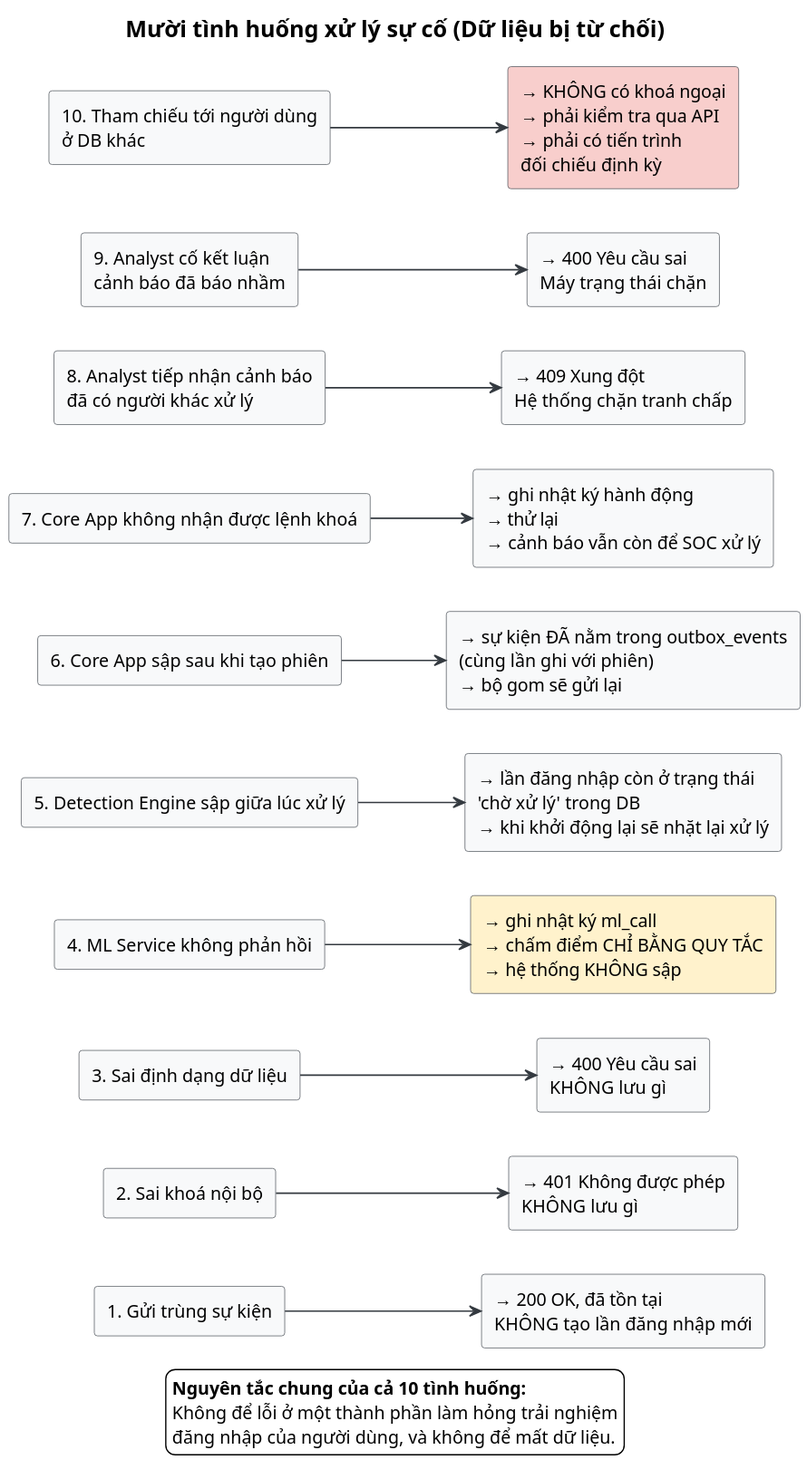
Before: docs/diagrams/v3.3-detect/10-tinh-huong-xu-ly-loi.svg, a diagram exported from PlantUML (Albert-Tuan/sentinel-auth). Source of this version:
```plantuml
@startuml
skinparam backgroundColor #FFFFFF
skinparam shadowing false
skinparam defaultFontName Sans
skinparam rectangle {
  BackgroundColor #F8F9FA
  BorderColor #495057
}
skinparam ArrowColor #343A40
skinparam ArrowThickness 1.2
skinparam titleFontSize 18

title Mười tình huống xử lý sự cố (Dữ liệu bị từ chối)

left to right direction

rectangle "1. Gửi trùng sự kiện" as S1
rectangle "→ 200 OK, đã tồn tại\nKHÔNG tạo lần đăng nhập mới" as R1
S1 --> R1

rectangle "2. Sai khoá nội bộ" as S2
rectangle "→ 401 Không được phép\nKHÔNG lưu gì" as R2
S2 --> R2

rectangle "3. Sai định dạng dữ liệu" as S3
rectangle "→ 400 Yêu cầu sai\nKHÔNG lưu gì" as R3
S3 --> R3

rectangle "4. ML Service không phản hồi" as S4
rectangle "→ ghi nhật ký ml_call\n→ chấm điểm CHỈ BẰNG QUY TẮC\n→ hệ thống KHÔNG sập" as R4 #FFF2CC
S4 --> R4

rectangle "5. Detection Engine sập giữa lúc xử lý" as S5
rectangle "→ lần đăng nhập còn ở trạng thái\n'chờ xử lý' trong DB\n→ khi khởi động lại sẽ nhặt lại xử lý" as R5
S5 --> R5

rectangle "6. Core App sập sau khi tạo phiên" as S6
rectangle "→ sự kiện ĐÃ nằm trong outbox_events\n(cùng lần ghi với phiên)\n→ bộ gom sẽ gửi lại" as R6
S6 --> R6

rectangle "7. Core App không nhận được lệnh khoá" as S7
rectangle "→ ghi nhật ký hành động\n→ thử lại\n→ cảnh báo vẫn còn để SOC xử lý" as R7
S7 --> R7

rectangle "8. Analyst tiếp nhận cảnh báo\nđã có người khác xử lý" as S8
rectangle "→ 409 Xung đột\nHệ thống chặn tranh chấp" as R8
S8 --> R8

rectangle "9. Analyst cố kết luận\ncảnh báo đã báo nhầm" as S9
rectangle "→ 400 Yêu cầu sai\nMáy trạng thái chặn" as R9
S9 --> R9

rectangle "10. Tham chiếu tới người dùng\nở DB khác" as S10
rectangle "→ KHÔNG có khoá ngoại\n→ phải kiểm tra qua API\n→ phải có tiến trình\nđối chiếu định kỳ" as R10 #F8CECC
S10 --> R10

legend bottom
**Nguyên tắc chung của cả 10 tình huống:**
Không để lỗi ở một thành phần làm hỏng trải nghiệm
đăng nhập của người dùng, và không để mất dữ liệu.
endlegend
@enduml
```
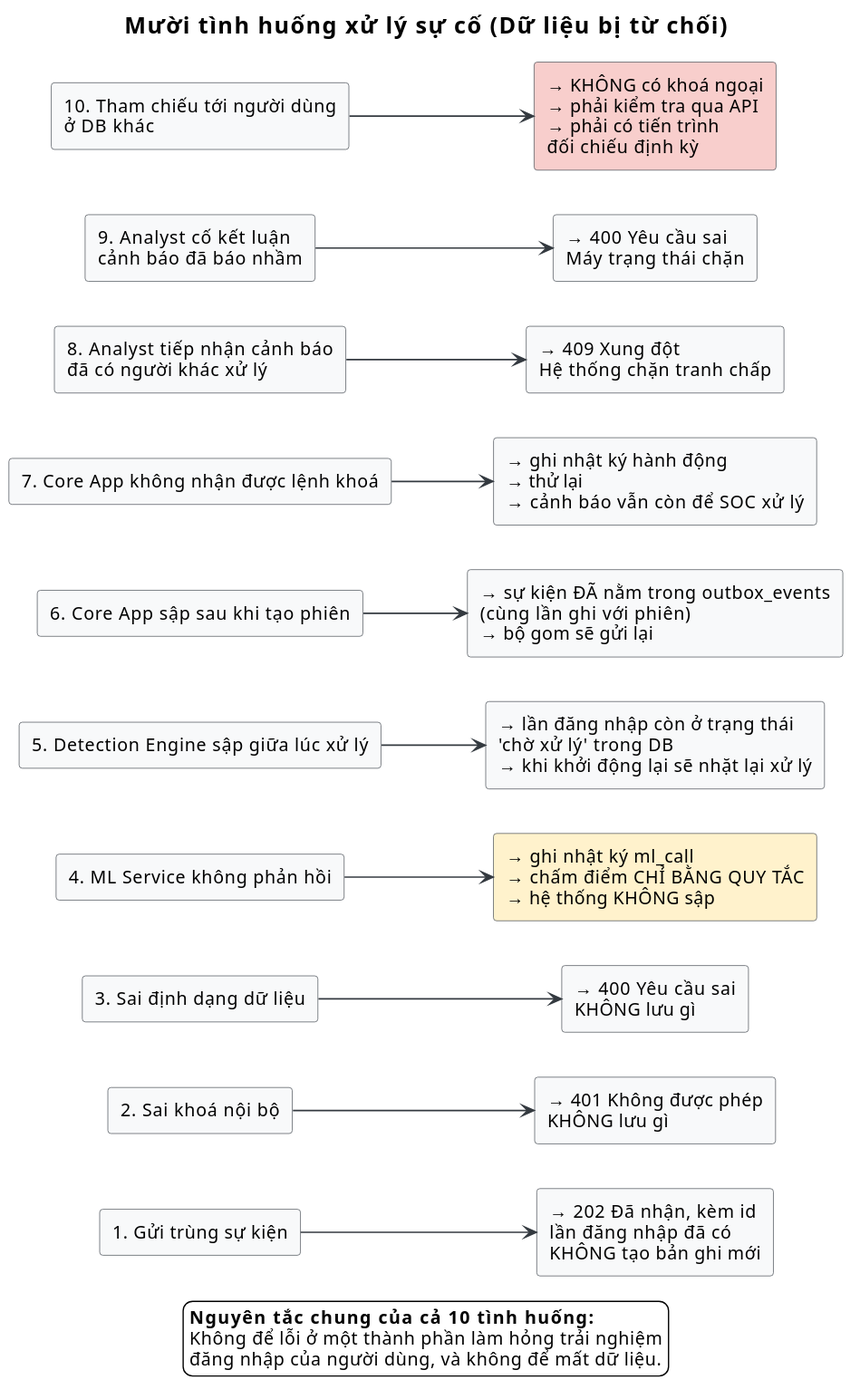
Later version of the same file.

What changed in the source:
```diff
@@ -15,7 +15,7 @@
 left to right direction
 
 rectangle "1. Gửi trùng sự kiện" as S1
-rectangle "→ 200 OK, đã tồn tại\nKHÔNG tạo lần đăng nhập mới" as R1
+rectangle "→ 202 Đã nhận, kèm id\nlần đăng nhập đã có\nKHÔNG tạo bản ghi mới" as R1
 S1 --> R1
 
 rectangle "2. Sai khoá nội bộ" as S2
```
